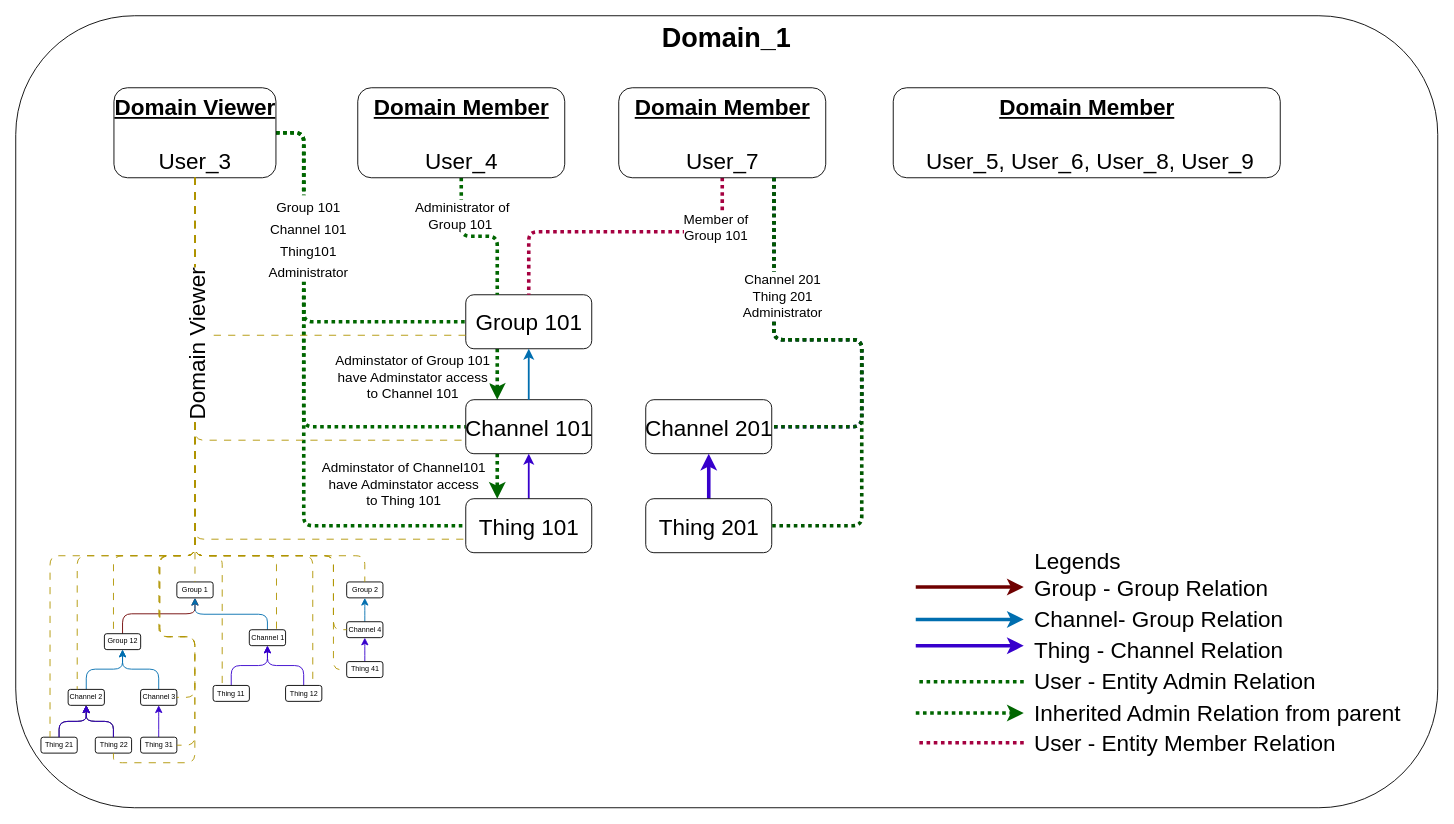
Above: docs/diagrams/group_users_member_2.drawio in absmach/supermq-docs (draw.io), before the change. Source tidied: cells renumbered, new cells numbered last; positions are measured from the earlier drawing's top-left corner, leaving out a move shared by most shapes. Both pictures are drawn from the tidied source at 90%, with x=0, y=0 at pixel (15, 15).
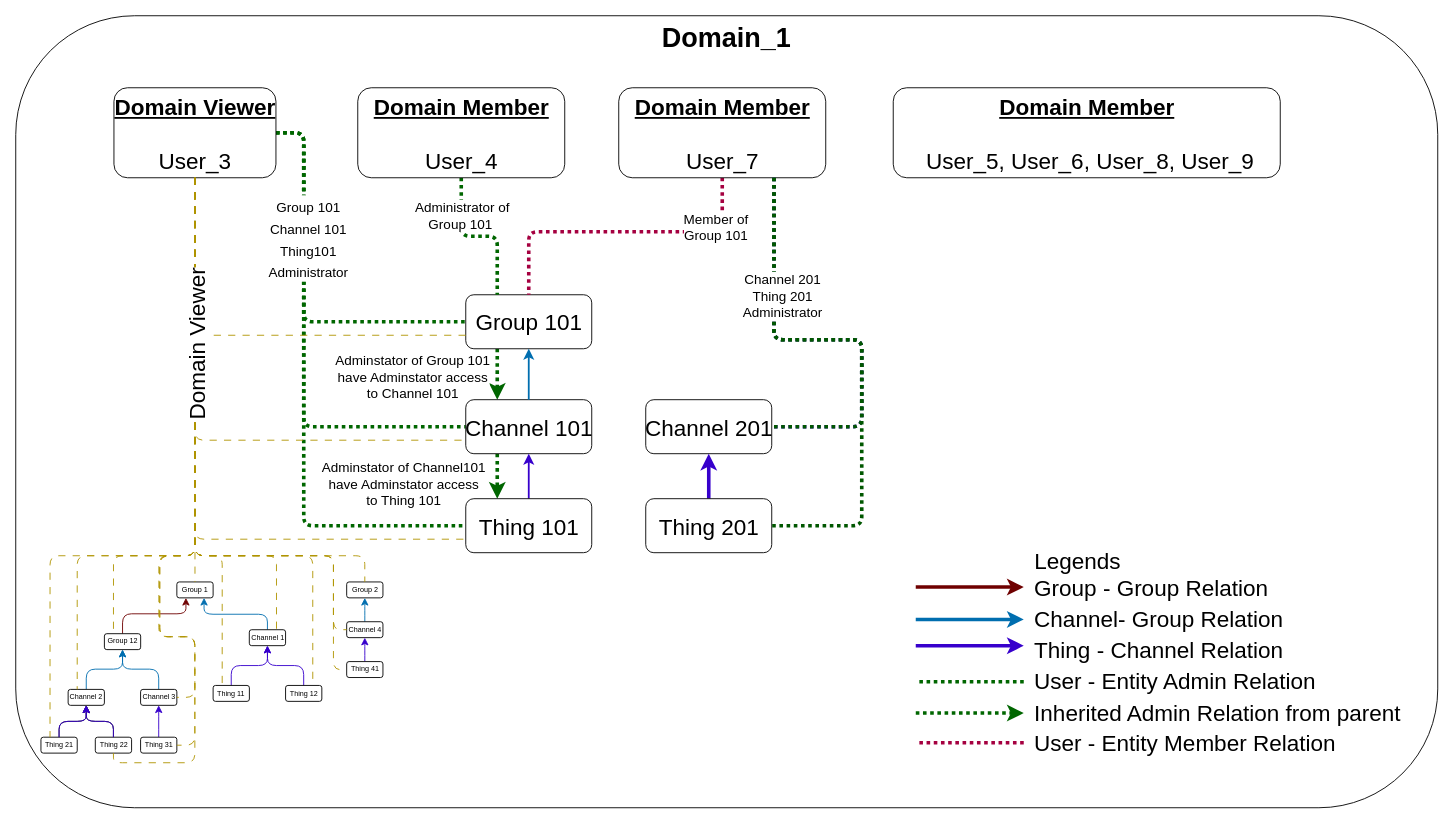
The same page after the edit.

Unchanged cells that the change refers to:
```xml
<mxCell id="7" style="group;fontSize=8;" parent="6" vertex="1">
  <mxGeometry x="28" y="607" width="380" height="230" as="geometry" />
</mxCell>
<mxCell id="8" value="Group 1" style="rounded=1;html=1;fontSize=8;" parent="7" vertex="1">
  <mxGeometry x="151" y="22.1" width="40.3" height="17.7" as="geometry" />
</mxCell>
<mxCell id="10" value="Group 12" style="rounded=1;whiteSpace=wrap;html=1;fontSize=8;" parent="7" vertex="1">
  <mxGeometry x="70.5" y="79.6" width="40.3" height="17.7" as="geometry" />
</mxCell>
<mxCell id="16" value="Channel 1" style="rounded=1;html=1;fontSize=8;" parent="7" vertex="1">
  <mxGeometry x="231.5" y="75.2" width="40.3" height="17.7" as="geometry" />
</mxCell>
```

Diff of the diagram source:
```diff
@@
-    <mxCell id="9" style="edgeStyle=elbowEdgeStyle;rounded=1;elbow=vertical;html=1;entryX=0.5;entryY=1;entryDx=0;entryDy=0;fontSize=8;fillColor=#a20025;strokeColor=#6F0000;" parent="7" edge="1" source="10" target="8">
+    <mxCell id="9" style="edgeStyle=elbowEdgeStyle;rounded=1;elbow=vertical;html=1;entryX=0.25;entryY=1;entryDx=0;entryDy=0;fontSize=8;fillColor=#a20025;strokeColor=#6F0000;" parent="7" edge="1" source="10" target="8">
       <mxGeometry relative="1" as="geometry">
         <Array as="points">
           <mxPoint x="130.9" y="57.5" />
         </Array>
       </mxGeometry>
     </mxCell>
@@
-    <mxCell id="15" style="edgeStyle=elbowEdgeStyle;rounded=1;elbow=vertical;html=1;fontSize=8;fillColor=#1ba1e2;strokeColor=#006EAF;" parent="7" edge="1" source="16">
-      <mxGeometry relative="1" as="geometry">
-        <mxPoint x="171.1" y="39.8" as="targetPoint" />
-      </mxGeometry>
+    <mxCell id="15" style="edgeStyle=elbowEdgeStyle;rounded=1;elbow=vertical;html=1;fontSize=8;fillColor=#1ba1e2;strokeColor=#006EAF;entryX=0.75;entryY=1;entryDx=0;entryDy=0;" parent="7" edge="1" source="16" target="8">
+      <mxGeometry relative="1" as="geometry" />
     </mxCell>
```
